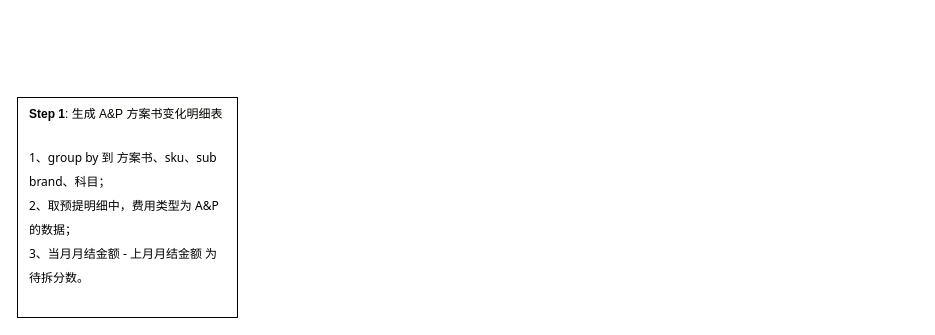
Above: a_p_split_discussion.drawio in fsJerryChan/fsJerryChan (draw.io), before the change. Source tidied: cells renumbered, new cells numbered last; positions are measured from the earlier drawing's top-left corner, leaving out a move shared by most shapes. Both pictures are drawn from the tidied source at 100%, with x=0, y=0 at pixel (17, 97).
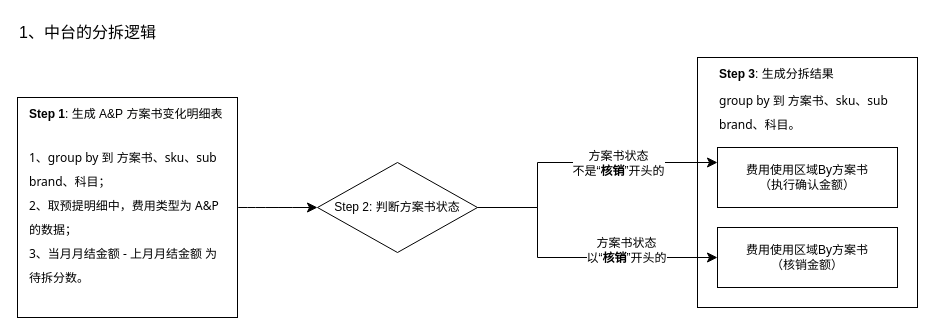
After the change.

Unchanged cells that the change refers to:
```xml
<mxCell id="2" style="rounded=0;whiteSpace=wrap;html=1;" parent="1" vertex="1">
  <mxGeometry width="220" height="220" as="geometry" />
</mxCell>
```

Diff of the diagram source:
```diff
@@
+    <mxCell id="5" style="rounded=0;whiteSpace=wrap;html=1;" parent="1" vertex="1">
+      <mxGeometry x="680" y="-40" width="220" height="250" as="geometry" />
+    </mxCell>
+    <mxCell id="6" style="edgeStyle=none;curved=1;rounded=0;jettySize=auto;html=1;entryX=0;entryY=0.5;entryDx=0;entryDy=0;fontSize=12;startSize=8;endSize=8;" parent="1" edge="1" source="2" target="10">
+      <mxGeometry relative="1" as="geometry" />
+    </mxCell>
@@
+    <mxCell id="7" style="edgeStyle=orthogonalEdgeStyle;rounded=0;jettySize=auto;html=1;entryX=0;entryY=0.25;entryDx=0;entryDy=0;fontSize=12;startSize=8;endSize=8;" parent="1" edge="1" source="10" target="11">
+      <mxGeometry relative="1" as="geometry">
+        <Array as="points">
+          <mxPoint x="520" y="110" />
+          <mxPoint x="520" y="65" />
+        </Array>
+      </mxGeometry>
+    </mxCell>
+    <mxCell id="8" value="方案书状态&lt;div&gt;不是“&lt;b&gt;核销&lt;/b&gt;”开头的&lt;/div&gt;" style="edgeLabel;html=1;align=center;verticalAlign=middle;fontSize=12;" parent="7" vertex="1">
+      <mxGeometry x="0.5" y="-1" relative="1" as="geometry">
+        <mxPoint x="-29" y="-1" as="offset" />
+      </mxGeometry>
+    </mxCell>
+    <mxCell id="9" style="edgeStyle=orthogonalEdgeStyle;rounded=0;jettySize=auto;html=1;entryX=0;entryY=0.5;entryDx=0;entryDy=0;fontSize=12;startSize=8;endSize=8;exitX=1;exitY=0.5;exitDx=0;exitDy=0;" parent="1" edge="1" source="10" target="12">
+      <mxGeometry relative="1" as="geometry">
+        <Array as="points">
+          <mxPoint x="520" y="110" />
+          <mxPoint x="520" y="160" />
+        </Array>
+      </mxGeometry>
+    </mxCell>
+    <mxCell id="10" value="Step 2: 判断方案书状态" style="rhombus;whiteSpace=wrap;html=1;" parent="1" vertex="1">
+      <mxGeometry x="300" y="65" width="160" height="90" as="geometry" />
+    </mxCell>
+    <mxCell id="11" value="费用使用区域By方案书&lt;div&gt;（执行确认金额）&lt;/div&gt;" style="rounded=0;whiteSpace=wrap;html=1;" parent="1" vertex="1">
+      <mxGeometry x="700" y="50" width="180" height="60" as="geometry" />
+    </mxCell>
+    <mxCell id="12" value="费用使用区域By方案书&lt;div&gt;（核销金额）&lt;/div&gt;" style="rounded=0;whiteSpace=wrap;html=1;" parent="1" vertex="1">
+      <mxGeometry x="700" y="130" width="180" height="60" as="geometry" />
+    </mxCell>
+    <mxCell id="13" value="&lt;font style=&quot;font-size: 12px; color: rgb(0, 0, 0);&quot;&gt;&lt;b&gt;Step 3&lt;/b&gt;: 生成分拆结果&lt;/font&gt;" style="text;strokeColor=none;fillColor=none;html=1;align=left;verticalAlign=middle;whiteSpace=wrap;rounded=0;fontSize=16;" parent="1" vertex="1">
+      <mxGeometry x="700" y="-40" width="130" height="30" as="geometry" />
+    </mxCell>
+    <mxCell id="14" value="&lt;div style=&quot;line-height: 200%;&quot;&gt;&lt;font face=&quot;Tahoma&quot;&gt;group by 到 方案书、sku、sub brand、科目。&lt;/font&gt;&lt;/div&gt;" style="text;strokeColor=none;fillColor=none;html=1;align=left;verticalAlign=middle;whiteSpace=wrap;rounded=0;fontSize=12;" parent="1" vertex="1">
+      <mxGeometry x="700" y="-10" width="200" height="50" as="geometry" />
+    </mxCell>
+    <mxCell id="15" value="1、中台的分拆逻辑" style="text;strokeColor=none;fillColor=none;html=1;align=left;verticalAlign=middle;whiteSpace=wrap;rounded=0;fontSize=16;" parent="1" vertex="1">
+      <mxGeometry y="-80" width="320" height="30" as="geometry" />
+    </mxCell>
+    <mxCell id="16" value="方案书状态&lt;div&gt;以“&lt;b&gt;核销&lt;/b&gt;”开头的&lt;/div&gt;" style="edgeLabel;html=1;align=center;verticalAlign=middle;fontSize=12;" parent="1" vertex="1">
+      <mxGeometry x="610" y="155" as="geometry">
+        <mxPoint x="-2" y="-3" as="offset" />
+      </mxGeometry>
+    </mxCell>
```
